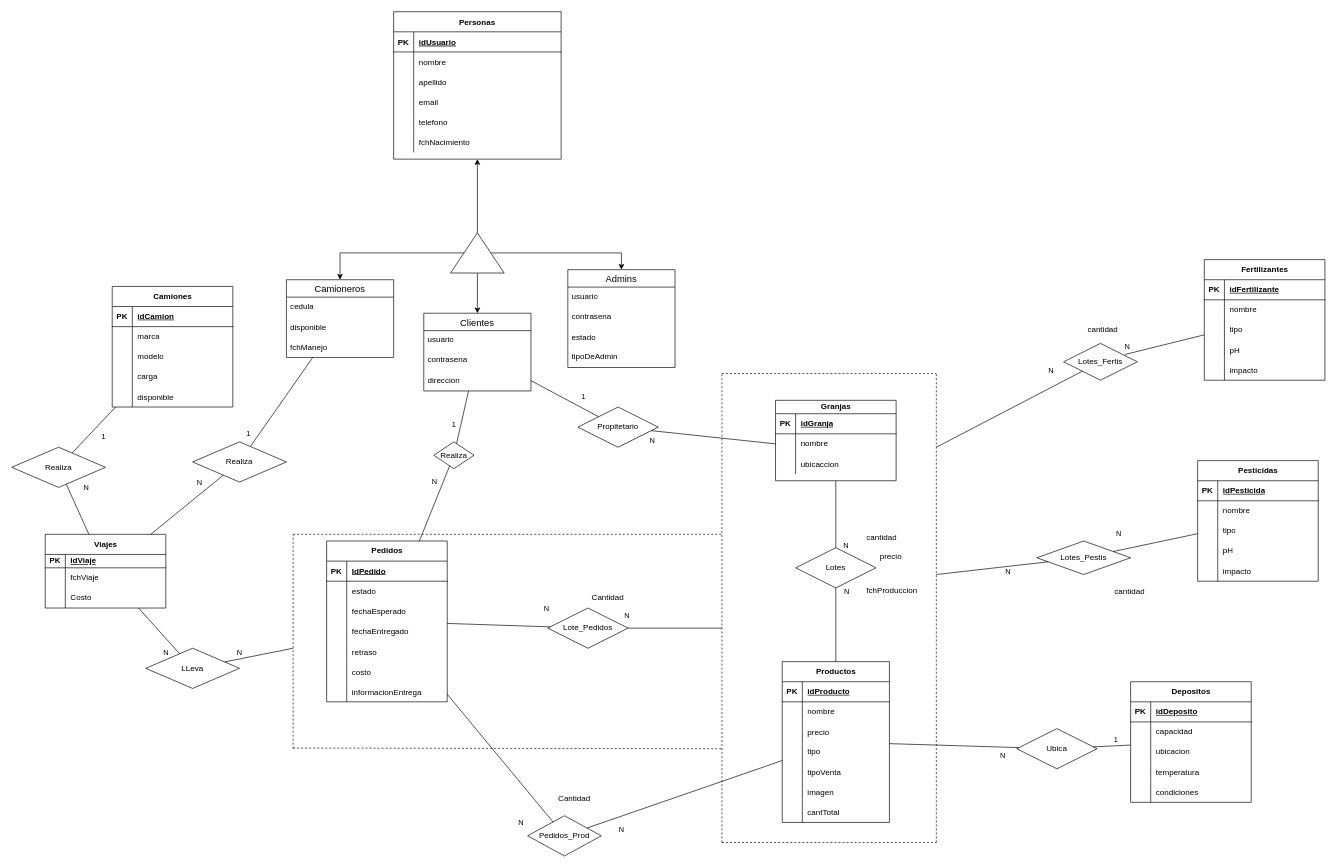
Before: Documentacion/MER.drawio in MatiasErra/ProyectoFinal, a draw.io diagram. Source tidied: cells renumbered, new cells numbered last; positions are measured from the earlier drawing's top-left corner, leaving out a move shared by most shapes. Both pictures are drawn from the tidied source at 67%, with x=0, y=0 at pixel (11, 11).
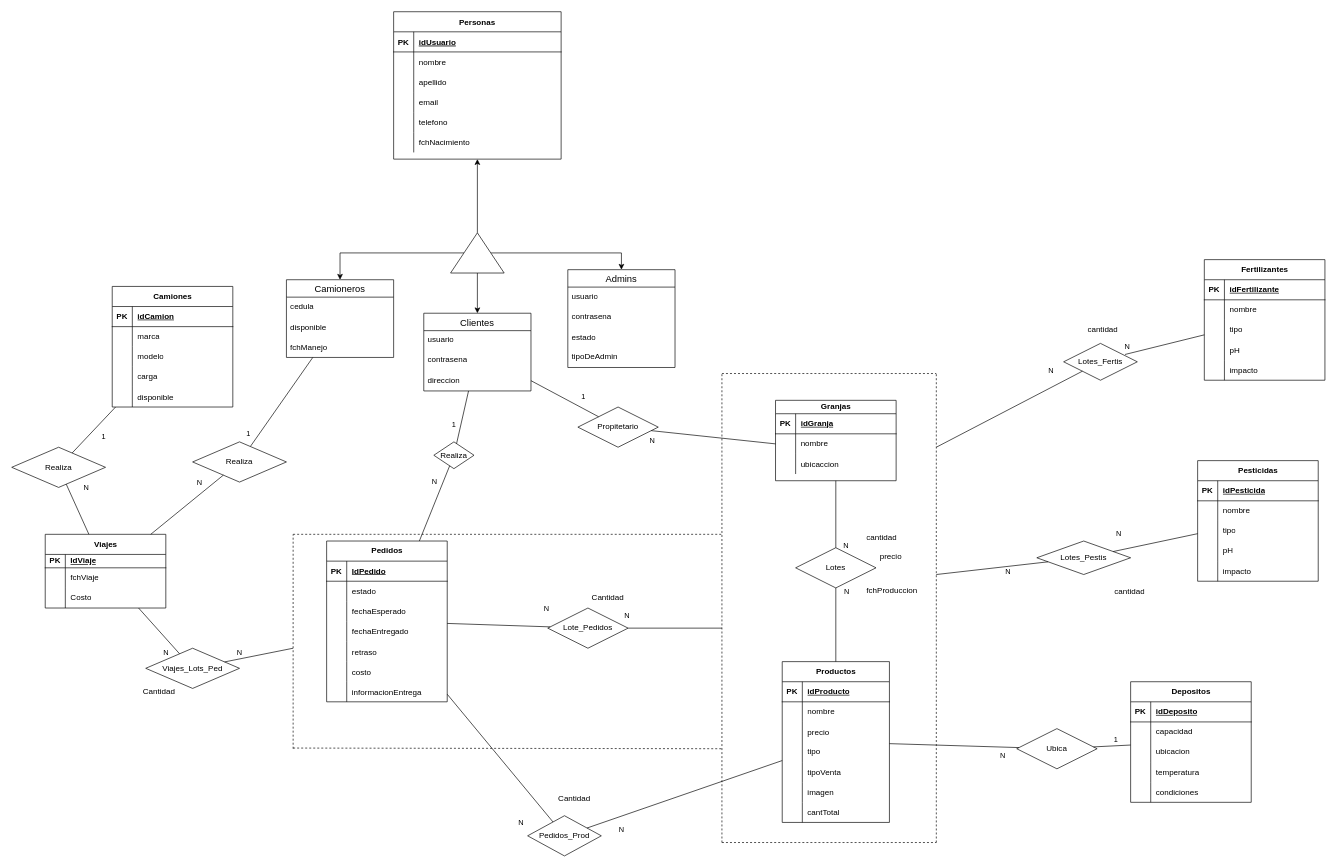
The same page after the edit.

What changed in the source:
```diff
@@
-    <mxCell id="229" value="LLeva" style="rhombus;whiteSpace=wrap;html=1;" parent="1" vertex="1">
+    <mxCell id="229" value="Viajes_Lots_Ped" style="rhombus;whiteSpace=wrap;html=1;" parent="1" vertex="1">
       <mxGeometry x="200" y="950" width="140" height="60" as="geometry" />
     </mxCell>
@@
+    <mxCell id="237" value="Cantidad" style="text;html=1;strokeColor=none;fillColor=none;align=center;verticalAlign=middle;whiteSpace=wrap;rounded=0;" parent="1" vertex="1">
+      <mxGeometry x="190" y="1000" width="60" height="30" as="geometry" />
+    </mxCell>
```
